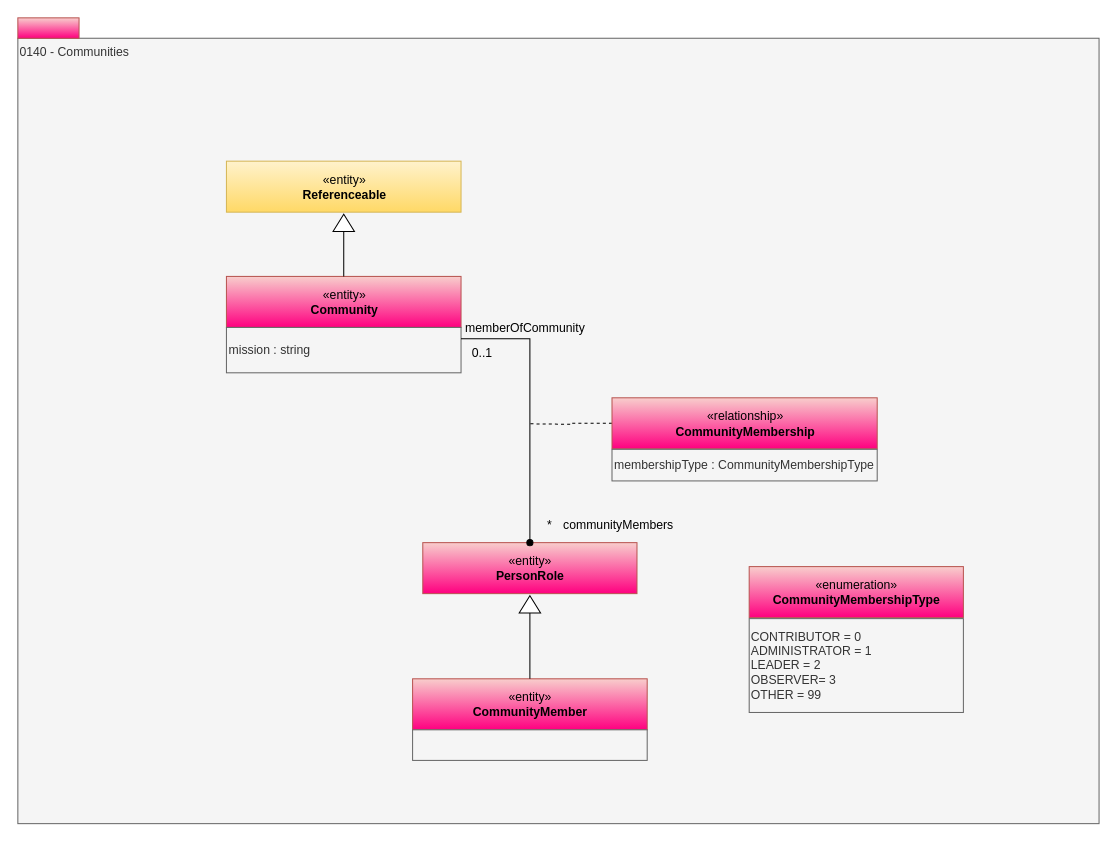
Before: page "0140-Communities" (13 of 16) of site/docs/types/1/area-1-collaboration.drawio in odpi/egeria-docs, a draw.io diagram. Source tidied: cells renumbered, new cells numbered last; positions are measured from the earlier drawing's top-left corner, leaving out a move shared by most shapes. Both pictures are drawn from the tidied source at 102%, with x=0, y=0 at pixel (17, 17).
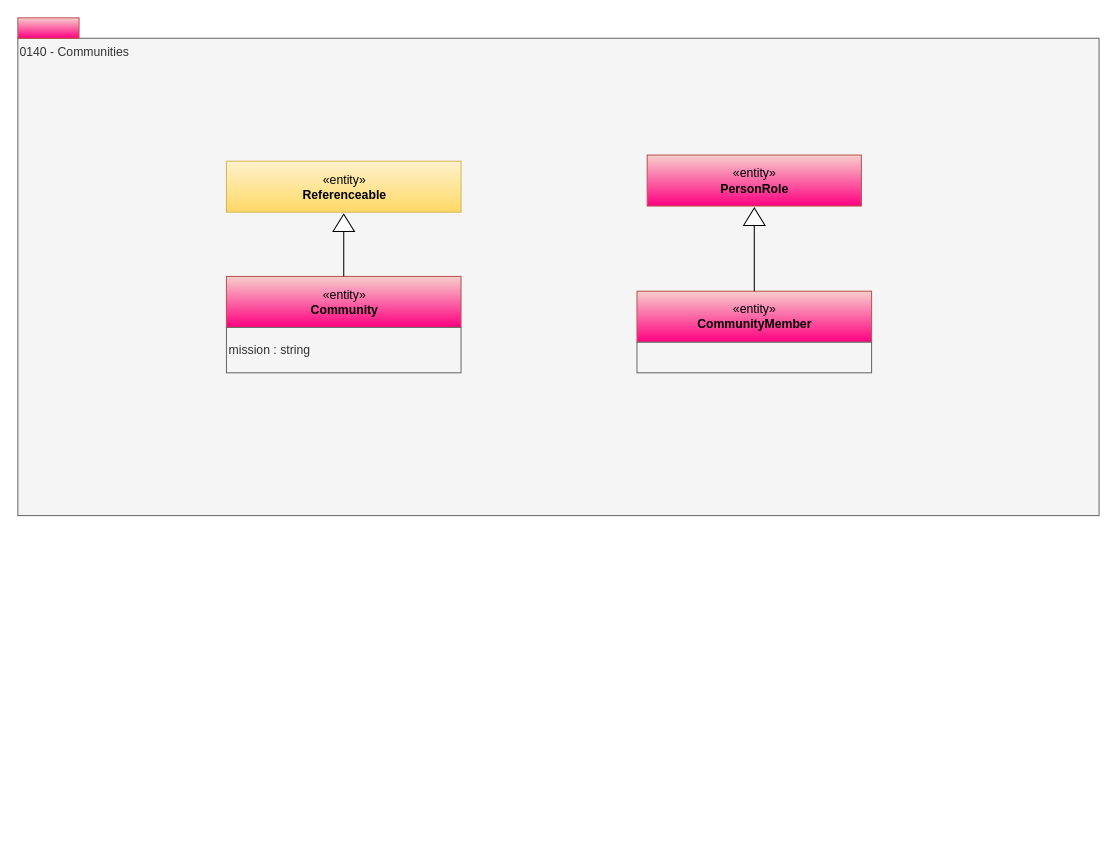
Above is the later version.

The change refers to these unchanged cells:
```xml
<mxCell id="5" value="mission : string" style="rounded=0;whiteSpace=wrap;html=1;align=left;fillColor=#f5f5f5;fontColor=#333333;strokeColor=#666666;" parent="1" vertex="1">
  <mxGeometry x="204.5" y="303.5" width="230" height="44.5" as="geometry" />
</mxCell>
```

Change to the diagram source:
```diff
@@
     <mxCell id="2" value="0140 - Communities" style="rounded=0;whiteSpace=wrap;html=1;align=left;verticalAlign=top;fillColor=#f5f5f5;fontColor=#333333;strokeColor=#666666;" parent="1" vertex="1">
-      <mxGeometry y="20" width="1060" height="770" as="geometry" />
+      <mxGeometry y="20" width="1060" height="468" as="geometry" />
     </mxCell>
@@
     <mxCell id="8" value="«entity»&lt;br&gt;&lt;b&gt;CommunityMember&lt;/b&gt;" style="html=1;strokeColor=#b85450;align=center;fillColor=#f8cecc;gradientColor=#FF0080;" parent="1" vertex="1">
-      <mxGeometry x="387" y="648" width="230" height="50" as="geometry" />
+      <mxGeometry x="607" y="268" width="230" height="50" as="geometry" />
     </mxCell>
     <mxCell id="9" style="rounded=0;whiteSpace=wrap;html=1;align=left;fillColor=#f5f5f5;fontColor=#333333;strokeColor=#666666;" parent="1" vertex="1">
-      <mxGeometry x="387" y="698" width="230" height="30" as="geometry" />
+      <mxGeometry x="607" y="318" width="230" height="30" as="geometry" />
     </mxCell>
-    <mxCell id="10" style="edgeStyle=orthogonalEdgeStyle;rounded=0;html=1;exitX=0;exitY=0.5;endArrow=none;endFill=0;jettySize=auto;dashed=1;" parent="1" edge="1" source="11">
-      <mxGeometry relative="1" as="geometry">
-        <mxPoint x="502.5" y="398" as="targetPoint" />
-      </mxGeometry>
-    </mxCell>
-    <mxCell id="11" value="«relationship»&lt;br&gt;&lt;b&gt;CommunityMembership&lt;/b&gt;" style="html=1;strokeColor=#b85450;align=center;fillColor=#f8cecc;gradientColor=#FF0080;" parent="1" vertex="1">
-      <mxGeometry x="582.5" y="372.5" width="260" height="50" as="geometry" />
-    </mxCell>
-    <mxCell id="12" value="0..1" style="text;html=1;align=center;verticalAlign=top;spacingTop=-4;" parent="1" vertex="1">
-      <mxGeometry x="434.5" y="318.5" width="40" height="20" as="geometry" />
-    </mxCell>
-    <mxCell id="13" value="*" style="text;html=1;align=center;verticalAlign=top;spacingTop=-4;" parent="1" vertex="1">
-      <mxGeometry x="510.5" y="488" width="20" height="20" as="geometry" />
-    </mxCell>
@@
     <mxCell id="16" style="triangle;whiteSpace=wrap;html=1;strokeColor=#000000;gradientColor=#ffffff;align=center;rotation=-90;" parent="1" vertex="1">
-      <mxGeometry x="493.5" y="564.5" width="17" height="21" as="geometry" />
+      <mxGeometry x="713.5" y="184.5" width="17" height="21" as="geometry" />
     </mxCell>
     <mxCell id="17" value="«entity»&lt;br&gt;&lt;b&gt;PersonRole&lt;/b&gt;" style="html=1;strokeColor=#b85450;align=center;fillColor=#f8cecc;gradientColor=#FF0080;" parent="1" vertex="1">
-      <mxGeometry x="397" y="514.5" width="210" height="50" as="geometry" />
+      <mxGeometry x="617" y="134.5" width="210" height="50" as="geometry" />
     </mxCell>
-    <mxCell id="18" value="membershipType : CommunityMembershipType" style="rounded=0;whiteSpace=wrap;html=1;strokeColor=#666666;align=left;fillColor=#f5f5f5;fontColor=#333333;" parent="1" vertex="1">
-      <mxGeometry x="582.5" y="423" width="260" height="31" as="geometry" />
-    </mxCell>
-    <mxCell id="19" value="communityMembers" style="text;html=1;align=left;verticalAlign=top;spacingTop=-4;" parent="1" vertex="1">
-      <mxGeometry x="532.5" y="488" width="120" height="20" as="geometry" />
-    </mxCell>
-    <mxCell id="20" value="memberOfCommunity" style="text;html=1;align=left;verticalAlign=top;spacingTop=-4;" parent="1" vertex="1">
-      <mxGeometry x="436.5" y="293.5" width="130" height="20" as="geometry" />
-    </mxCell>
-    <mxCell id="21" value="«enumeration»&lt;br&gt;&lt;span&gt;&lt;b&gt;CommunityMembershipType&lt;/b&gt;&lt;/span&gt;&lt;br&gt;" style="html=1;strokeColor=#b85450;align=center;fillColor=#f8cecc;gradientColor=#FF0080;" parent="1" vertex="1">
-      <mxGeometry x="717" y="538" width="210" height="50" as="geometry" />
-    </mxCell>
-    <mxCell id="22" value="&lt;div style=&quot;text-align: left&quot;&gt;CONTRIBUTOR = 0&lt;/div&gt;&lt;div style=&quot;text-align: left&quot;&gt;ADMINISTRATOR = 1&lt;/div&gt;&lt;div style=&quot;text-align: left&quot;&gt;LEADER = 2&lt;/div&gt;&lt;div style=&quot;text-align: left&quot;&gt;OBSERVER= 3&lt;/div&gt;&lt;div style=&quot;text-align: left&quot;&gt;&lt;span&gt;OTHER = 99&lt;/span&gt;&lt;br&gt;&lt;/div&gt;" style="rounded=0;whiteSpace=wrap;html=1;strokeColor=#666666;align=left;fillColor=#f5f5f5;fontColor=#333333;" parent="1" vertex="1">
-      <mxGeometry x="717" y="589" width="210" height="92" as="geometry" />
-    </mxCell>
-    <mxCell id="23" style="edgeStyle=orthogonalEdgeStyle;rounded=0;html=1;exitX=1;exitY=0.25;endArrow=oval;endFill=1;jettySize=auto;" parent="1" edge="1" source="5" target="17">
-      <mxGeometry relative="1" as="geometry" />
-    </mxCell>
```
